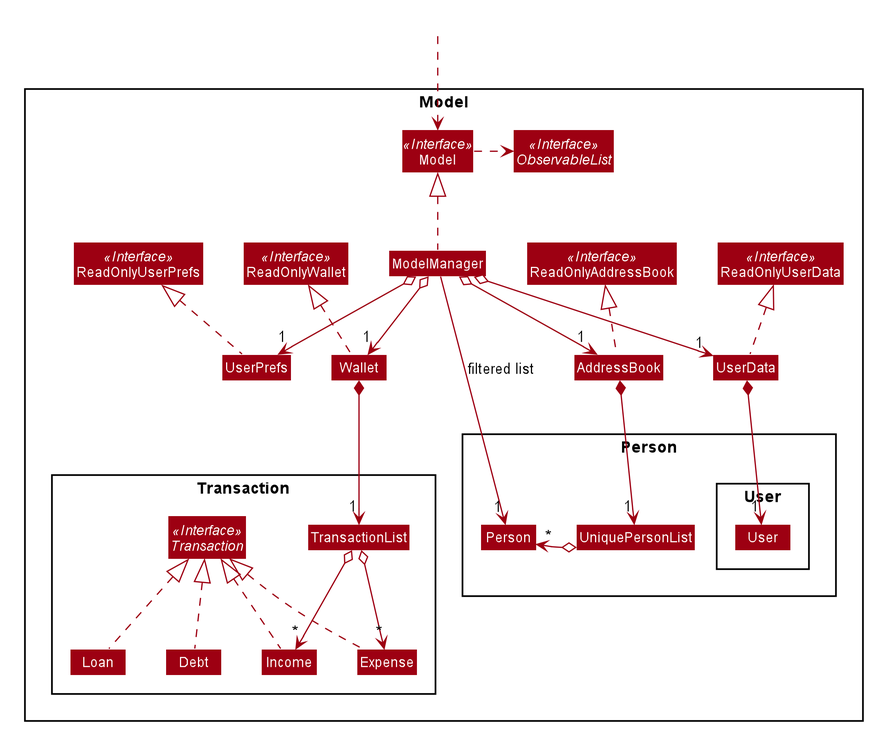
syinyichen/main keeps this PlantUML diagram as docs/images/ModelClassDiagram.png. Above is the earlier version.
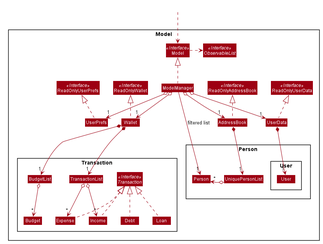
Later version of the same file.

Commit message:
Updated budget implementation of DG

Diff of the diagram source:
```diff
@@ -85,6 +85,8 @@
 Class Income
 Class Debt
 Class Loan
+Class Budget
+Class BudgetList
 }
 }
 
@@ -109,6 +111,8 @@
 UserData *--> "1" User
 
 Wallet *--> "1" TransactionList
+Wallet *--> "1" BudgetList
+BudgetList o--> "*" Budget
 TransactionList o--> "*" Expense
 TransactionList o--> "*" Income
 Expense .up.|> Transaction
```
